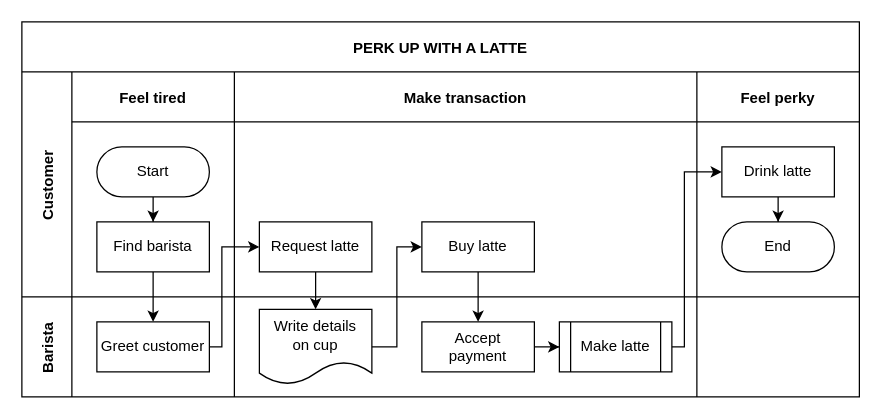
Before: diag/Untitled Diagram.drawio in kalyanbkc123/diagrams1, a draw.io diagram. Source tidied: cells renumbered, new cells numbered last; positions are measured from the earlier drawing's top-left corner, leaving out a move shared by most shapes. Both pictures are drawn from the tidied source at 125%, with x=0, y=0 at pixel (21, 21).
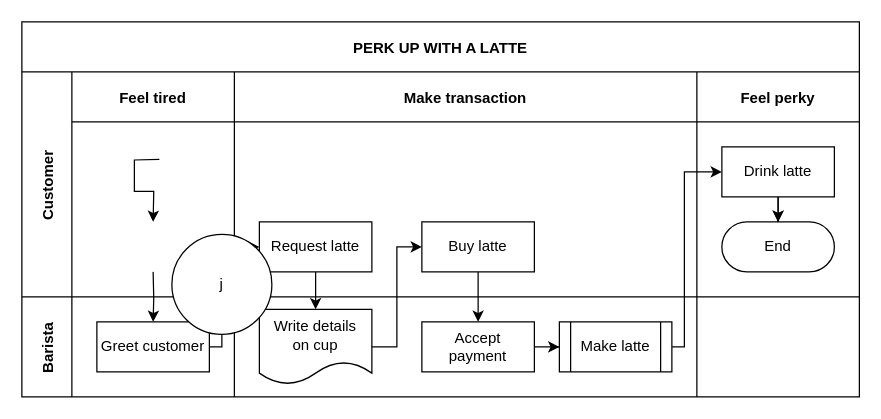
After the change.

The change refers to these unchanged cells:
```xml
<mxCell id="2" value="PERK UP WITH A LATTE" style="shape=table;childLayout=tableLayout;startSize=40;fillColor=none;fontStyle=1;" parent="1" vertex="1">
  <mxGeometry width="670" height="300" as="geometry" />
</mxCell>
<mxCell id="5" value="Feel tired" style="swimlane;swimlaneHead=0;swimlaneBody=0;fillColor=none;startSize=40;fontStyle=1;" parent="4" vertex="1">
  <mxGeometry x="40" width="130" height="180" as="geometry" />
</mxCell>
<mxCell id="12" value="Feel perky" style="swimlane;swimlaneHead=0;swimlaneBody=0;fillColor=none;startSize=40;fontStyle=1;" parent="4" vertex="1">
  <mxGeometry x="540" width="130" height="180" as="geometry" />
</mxCell>
<mxCell id="14" value="Drink latte" style="rounded=0;whiteSpace=wrap;html=1;" parent="12" vertex="1">
  <mxGeometry x="20" y="60" width="90" height="40" as="geometry" />
</mxCell>
<mxCell id="15" value="End" style="rounded=1;whiteSpace=wrap;html=1;arcSize=50;" parent="12" vertex="1">
  <mxGeometry x="20" y="120" width="90" height="40" as="geometry" />
</mxCell>
<mxCell id="18" value="Greet customer" style="rounded=0;whiteSpace=wrap;html=1;" parent="17" vertex="1">
  <mxGeometry x="20" y="20" width="90" height="40" as="geometry" />
</mxCell>
```

Change to the diagram source:
```diff
@@
-    <mxCell id="3" style="edgeStyle=orthogonalEdgeStyle;rounded=0;jettySize=auto;html=1;" parent="2" edge="1" source="8" target="18">
-      <mxGeometry relative="1" as="geometry" />
+    <mxCell id="3" style="edgeStyle=orthogonalEdgeStyle;rounded=0;jettySize=auto;html=1;" parent="2" edge="1" target="18">
+      <mxGeometry relative="1" as="geometry">
+        <mxPoint x="105" y="200" as="sourcePoint" />
+      </mxGeometry>
     </mxCell>
@@
-    <mxCell id="6" style="edgeStyle=orthogonalEdgeStyle;rounded=0;jettySize=auto;html=1;" parent="5" edge="1" source="7" target="8">
-      <mxGeometry relative="1" as="geometry" />
+    <mxCell id="6" style="edgeStyle=orthogonalEdgeStyle;rounded=0;orthogonalLoop=1;jettySize=auto;html=1;" parent="5" edge="1">
+      <mxGeometry relative="1" as="geometry">
+        <mxPoint x="70" y="70" as="sourcePoint" />
+        <mxPoint x="65" y="120" as="targetPoint" />
+      </mxGeometry>
     </mxCell>
-    <mxCell id="7" value="Start" style="rounded=1;whiteSpace=wrap;html=1;arcSize=50;" parent="5" vertex="1">
-      <mxGeometry x="20" y="60" width="90" height="40" as="geometry" />
-    </mxCell>
-    <mxCell id="8" value="Find barista" style="rounded=0;whiteSpace=wrap;html=1;" parent="5" vertex="1">
-      <mxGeometry x="20" y="120" width="90" height="40" as="geometry" />
-    </mxCell>
@@
+    <mxCell id="30" style="edgeStyle=orthogonalEdgeStyle;rounded=0;jettySize=auto;html=1;" parent="12" edge="1" source="14" target="15">
+      <mxGeometry relative="1" as="geometry" />
+    </mxCell>
@@
+    <mxCell id="31" value="j" style="ellipse;whiteSpace=wrap;html=1;" parent="1" vertex="1">
+      <mxGeometry x="120" y="170" width="80" height="80" as="geometry" />
+    </mxCell>
```
